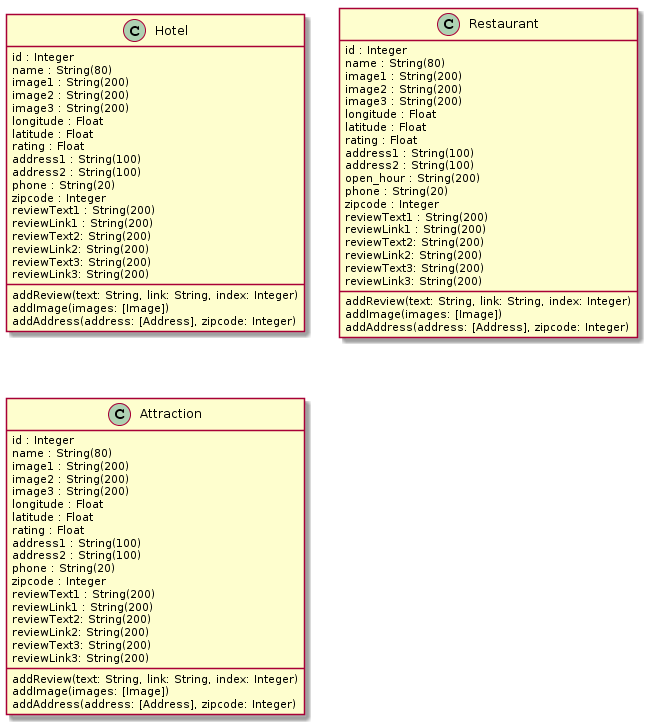
Above: UML/uml_diagrams.png in juanitotaveras/tacoboutaustin (PlantUML), before the change.
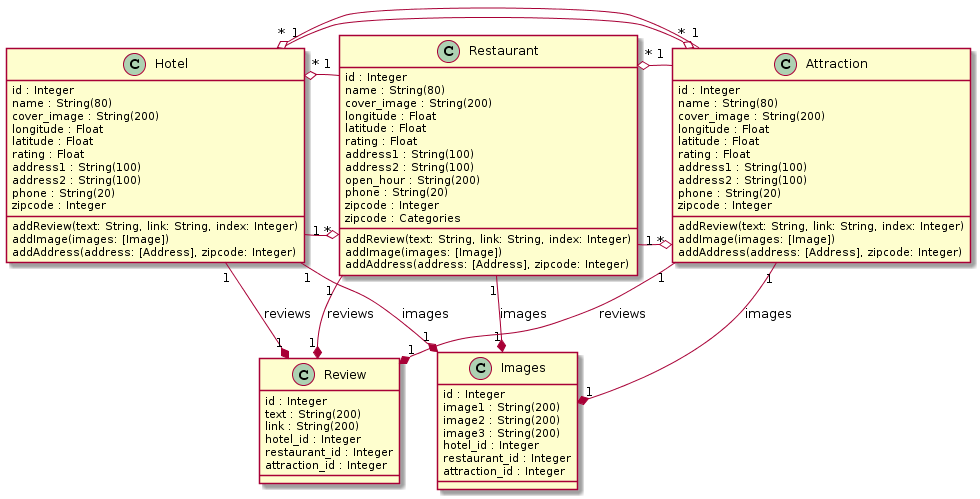
Above is the later version.

Diff of the diagram source:
```diff
@@ -1,10 +1,23 @@
 @startuml
+Hotel "1" -o "*" Restaurant
+Hotel "1" -o "*" Attraction
+Hotel "1" --* "1" Images : images
+Hotel "1" --* "1" Review : reviews
+
+Restaurant "1" -o "*" Hotel
+Restaurant "1" -o "*" Attraction
+Restaurant "1" --* "1" Images : images
+Restaurant "1" --* "1" Review : reviews
+
+Attraction "1" -o "*" Restaurant
+Attraction "1" -o "*" Hotel
+Attraction "1" --* "1" Images : images
+Attraction "1" --* "1" Review : reviews
+
 class Hotel {
   {field}id : Integer
   {field}name : String(80)
-  {field}image1 : String(200)
-  {field}image2 : String(200)
-  {field}image3 : String(200)
+  {field}cover_image : String(200)
   {field}longitude : Float
   {field}latitude : Float
   {field}rating : Float
@@ -12,12 +25,6 @@
   {field}address2 : String(100)
   {field}phone : String(20)
   {field}zipcode : Integer
-  {field}reviewText1 : String(200)
-  {field}reviewLink1 : String(200)
-  {field}reviewText2: String(200)
-  {field}reviewLink2: String(200)
-  {field}reviewText3: String(200)
-  {field}reviewLink3: String(200)
 
   addReview(text: String, link: String, index: Integer)
   addImage(images: [Image])
@@ -27,9 +34,7 @@
 class Restaurant {
   {field}id : Integer
   {field}name : String(80)
-  {field}image1 : String(200)
-  {field}image2 : String(200)
-  {field}image3 : String(200)
+  {field}cover_image : String(200)
   {field}longitude : Float
   {field}latitude : Float
   {field}rating : Float
@@ -38,12 +43,7 @@
   {field}open_hour : String(200)
   {field}phone : String(20)
   {field}zipcode : Integer
-  {field}reviewText1 : String(200)
-  {field}reviewLink1 : String(200)
-  {field}reviewText2: String(200)
-  {field}reviewLink2: String(200)
-  {field}reviewText3: String(200)
-  {field}reviewLink3: String(200)
+  {field}zipcode : Categories
 
   addReview(text: String, link: String, index: Integer)
   addImage(images: [Image])
@@ -53,9 +53,7 @@
 class Attraction {
   {field}id : Integer
   {field}name : String(80)
-  {field}image1 : String(200)
-  {field}image2 : String(200)
-  {field}image3 : String(200)
+  {field}cover_image : String(200)
   {field}longitude : Float
   {field}latitude : Float
   {field}rating : Float
@@ -63,15 +61,28 @@
   {field}address2 : String(100)
   {field}phone : String(20)
   {field}zipcode : Integer
-  {field}reviewText1 : String(200)
-  {field}reviewLink1 : String(200)
-  {field}reviewText2: String(200)
-  {field}reviewLink2: String(200)
-  {field}reviewText3: String(200)
-  {field}reviewLink3: String(200)
 
   addReview(text: String, link: String, index: Integer)
   addImage(images: [Image])
   addAddress(address: [Address], zipcode: Integer)
 }
+
+class Images {
+  {field}id : Integer
+  {field}image1 : String(200)
+  {field}image2 : String(200)
+  {field}image3 : String(200)
+  {field}hotel_id : Integer
+  {field}restaurant_id : Integer
+  {field}attraction_id : Integer
+}
+
+class Review {
+  {field}id : Integer
+  {field}text : String(200)
+  {field}link : String(200)
+  {field}hotel_id : Integer
+  {field}restaurant_id : Integer
+  {field}attraction_id : Integer
+}
 @enduml
```
